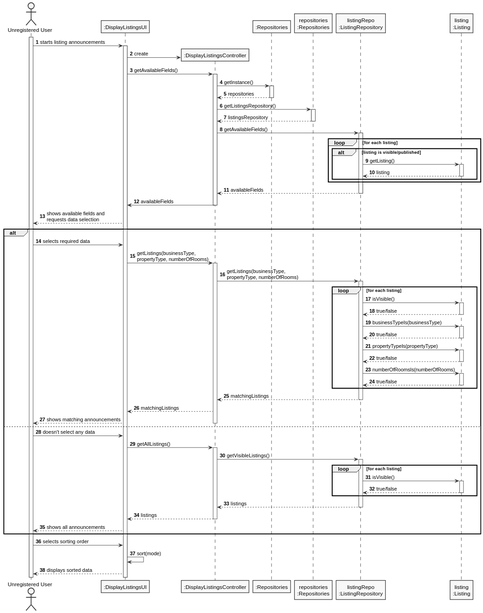
The PlantUML diagram docs/sprintB/US001/03.design/svg/us001-sequence-diagram-full.svg in tiagohcorreia/LAPR2, before a commit.
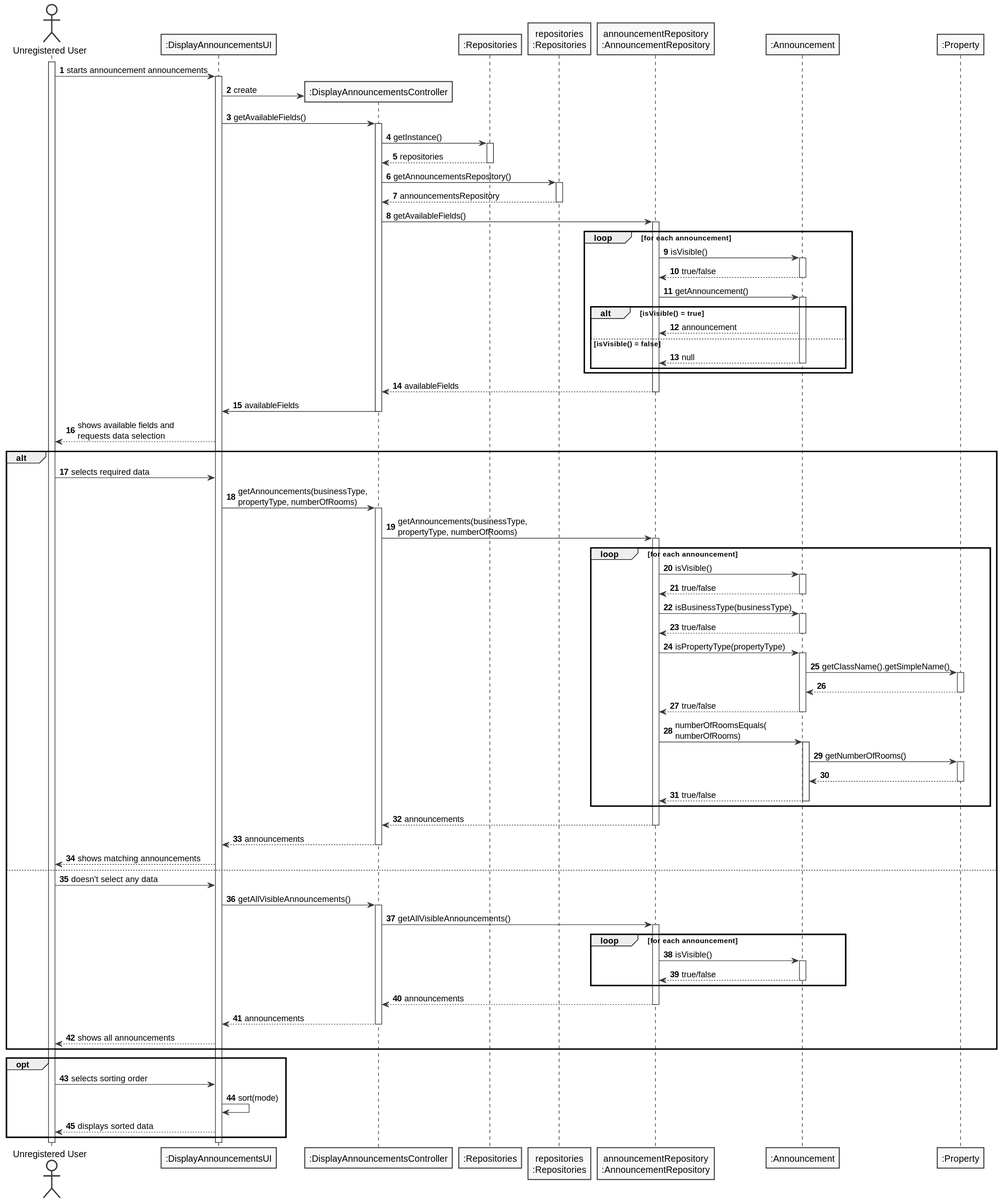
Above is the later version.

Commit message:
US1 - Updated the design rationale and some diagrams

Change to the diagram source:
```diff
@@ -6,106 +6,119 @@
 autonumber
 
 actor "Unregistered User" as UR
-participant ":DisplayListingsUI" as UI
-participant ":DisplayListingsUI" as UI
-participant ":DisplayListingsController" as CTRL
+participant ":DisplayAnnouncementsUI" as UI
+participant ":DisplayAnnouncementsUI" as UI
+participant ":DisplayAnnouncementsController" as CTRL
 participant ":Repositories" as reposclass
 participant "repositories\n:Repositories" as repositories
-participant "listingRepo\n:ListingRepository" as LRepo
-participant "listing\n:Listing" as listing
+participant "announcementRepository\n:AnnouncementRepository" as ARepo
+participant ":Announcement" as announcement
+participant ":Property" as prop
 
 
 
 activate UR
-UR -> UI: starts listing announcements
-    activate UI
-    UI -> CTRL**: create
+UR -> UI: starts announcement announcements
+activate UI
+UI -> CTRL**: create
 UI -> CTRL: getAvailableFields()
-        activate CTRL
+activate CTRL
 
-        CTRL -> reposclass: getInstance()
-            activate reposclass
-            reposclass --> CTRL: repositories
-            deactivate reposclass
-        CTRL -> repositories: getListingsRepository()
-            activate repositories
-            repositories --> CTRL: listingsRepository
-            deactivate repositories
-        CTRL -> LRepo: getAvailableFields()
-            activate LRepo
-            loop for each listing
-                alt listing is visible/published
-                LRepo -> listing: getListing()
-                    activate listing
-                    return listing
-                    deactivate listing
-                end
-            end
-            LRepo --> CTRL: availableFields
-            deactivate LRepo
+CTRL -> reposclass: getInstance()
+activate reposclass
+reposclass --> CTRL: repositories
+deactivate reposclass
+CTRL -> repositories: getAnnouncementsRepository()
+activate repositories
+repositories --> CTRL: announcementsRepository
+deactivate repositories
+CTRL -> ARepo: getAvailableFields()
+activate ARepo
+loop for each announcement
+    ARepo -> announcement: isVisible()
+    activate announcement
+    return true/false
+    ARepo -> announcement: getAnnouncement()
+    alt isVisible() = true
+        activate announcement
+        announcement --> ARepo: announcement
+        else isVisible() = false
+        return null
+        deactivate announcement
+    end
+end
+ARepo --> CTRL: availableFields
+deactivate ARepo
 
-            CTRL -> UI: availableFields
-            deactivate CTRL
+CTRL -> UI: availableFields
+deactivate CTRL
 
-            UI --> UR: shows available fields and\nrequests data selection
-        alt
-            UR -> UI: selects required data
-            UI -> CTRL: getListings(businessType,\npropertyType, numberOfRooms)
-            activate CTRL
-            CTRL -> LRepo: getListings(businessType,\npropertyType, numberOfRooms)
-            activate LRepo
-            loop for each listing
-            LRepo -> listing: isVisible()
-            activate listing
-            return true/false
-            deactivate listing
-            LRepo -> listing: businessTypeIs(businessType)
-            activate listing
-            return true/false
-            deactivate listing
+UI --> UR: shows available fields and\nrequests data selection
+alt
+    UR -> UI: selects required data
+    UI -> CTRL: getAnnouncements(businessType,\npropertyType, numberOfRooms)
+    activate CTRL
+    CTRL -> ARepo: getAnnouncements(businessType,\npropertyType, numberOfRooms)
+    activate ARepo
+    loop for each announcement
+        ARepo -> announcement: isVisible()
+        activate announcement
+        return true/false
+        deactivate announcement
+        ARepo -> announcement: isBusinessType(businessType)
+        activate announcement
+        return true/false
+        deactivate announcement
 
-            LRepo -> listing: propertyTypeIs(propertyType)
-            activate listing
-            return true/false
-            deactivate listing
+        ARepo -> announcement: isPropertyType(propertyType)
+        activate announcement
+        announcement -> prop: getClassName().getSimpleName()
+        activate prop
+        return
+        return true/false
+        deactivate prop
+        deactivate announcement
 
-            LRepo -> listing: numberOfRoomsIs(numberOfRooms)
-            activate listing
-            return true/false
-            deactivate listing
+        ARepo -> announcement: numberOfRoomsEquals(\nnumberOfRooms)
+        activate announcement
+        activate announcement
+        announcement -> prop: getNumberOfRooms()
+        activate prop
+        return
 
+        return true/false
+        deactivate announcement
+    end
 
-            end
+    ARepo --> CTRL: announcements
+    deactivate ARepo
+    CTRL --> UI: announcements
+    deactivate CTRL
+    UI --> UR: shows matching announcements
+else
+    UR -> UI: doesn't select any data
+    UI -> CTRL: getAllVisibleAnnouncements()
+    activate CTRL
+    CTRL -> ARepo: getAllVisibleAnnouncements()
+    activate ARepo
+    loop for each announcement
+        ARepo -> announcement: isVisible()
+        activate announcement
+        return true/false
+        deactivate announcement
+    end
+    ARepo --> CTRL: announcements
+    deactivate ARepo
 
-LRepo --> CTRL: matchingListings
-deactivate LRepo
-CTRL --> UI: matchingListings
-UI --> UR: shows matching announcements
-deactivate CTRL
-else
-UR -> UI: doesn't select any data
-UI -> CTRL: getAllListings()
-activate CTRL
-CTRL -> LRepo: getVisibleListings()
-activate LRepo
-loop for each listing
-    LRepo -> listing: isVisible()
-    activate listing
-    return true/false
-    deactivate listing
-end
-LRepo --> CTRL: listings
-deactivate LRepo
-
-CTRL --> UI: listings
-deactivate CTRL
-UI --> UR: shows all announcements
-
+    CTRL --> UI: announcements
+    deactivate CTRL
+    UI --> UR: shows all announcements
 end 'ALT fragment end
 
-UR -> UI: selects sorting order
-UI -> UI: sort(mode)
-UI --> UR: displays sorted data
-
+opt
+    UR -> UI: selects sorting order
+    UI -> UI: sort(mode)
+    UI --> UR: displays sorted data
+end
 
 @enduml
```
